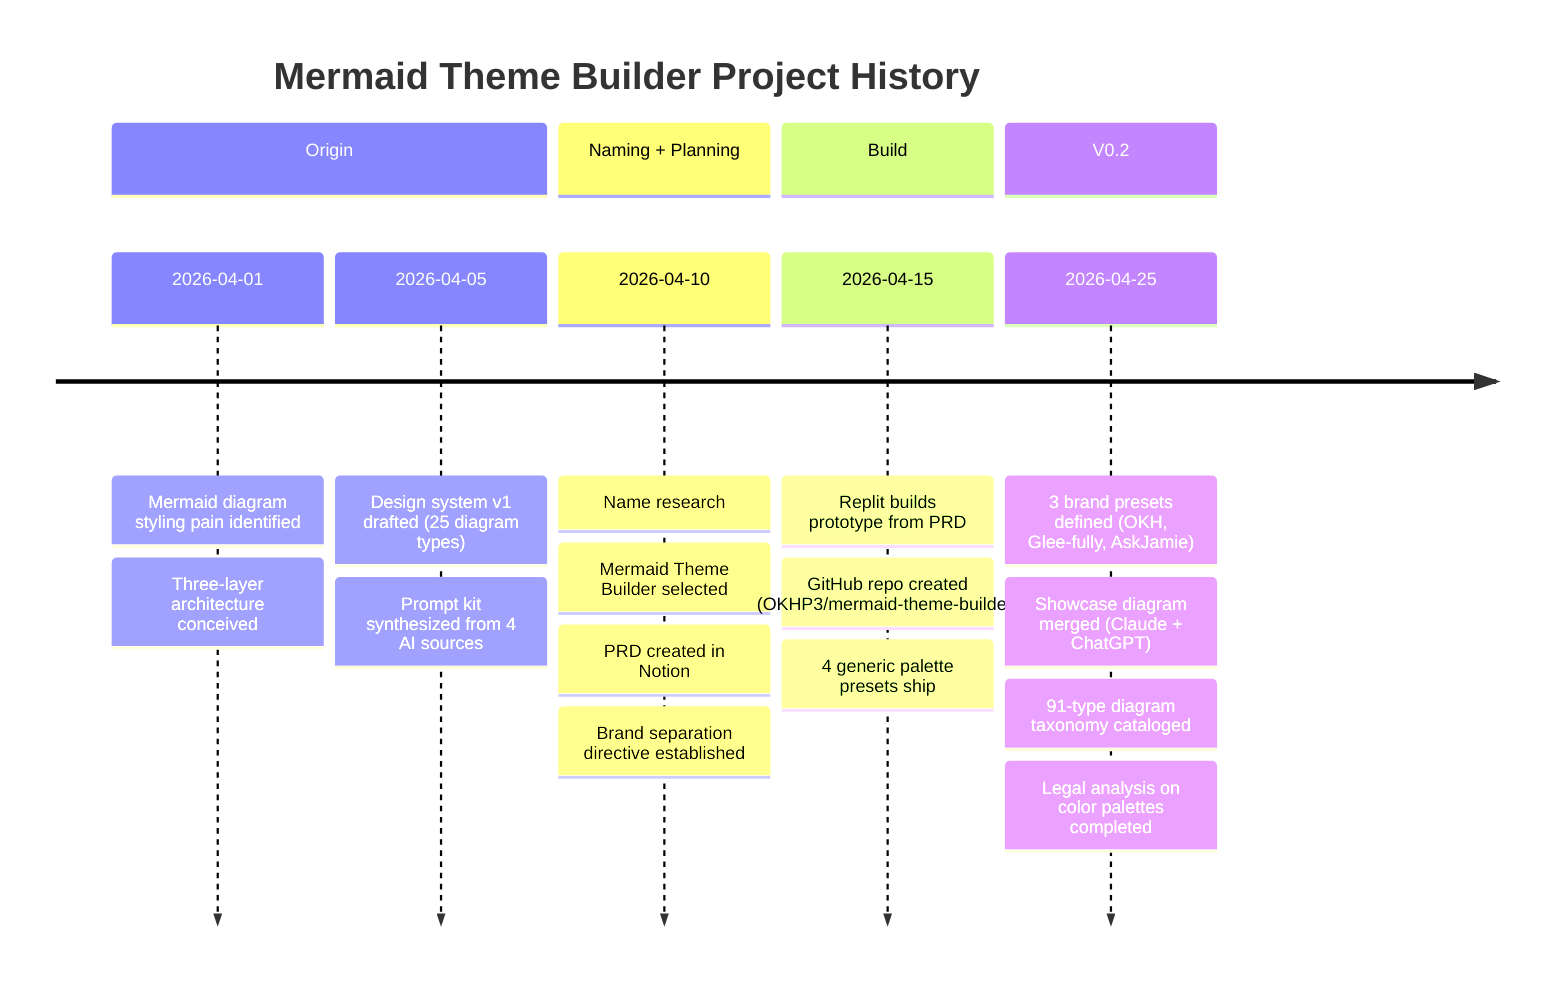
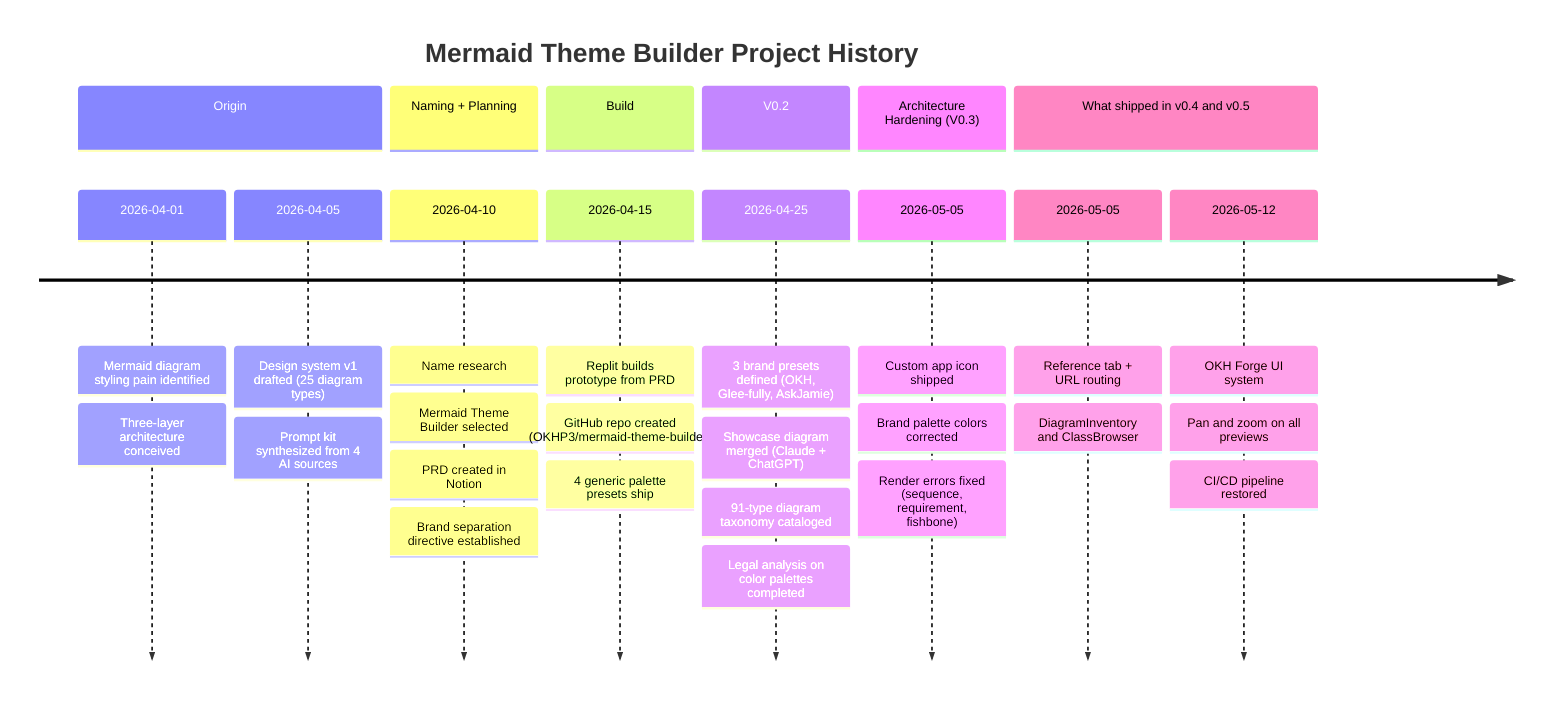
timeline
    title Mermaid Theme Builder Project History
    section Origin
        2026-04-01 : Mermaid diagram styling pain identified
                   : Three-layer architecture conceived
        2026-04-05 : Design system v1 drafted (25 diagram types)
                   : Prompt kit synthesized from 4 AI sources
    section Naming + Planning
        2026-04-10 : Name research: Mermaid Theme Builder selected
                   : PRD created in Notion
                   : Brand separation directive established
    section Build
        2026-04-15 : Replit builds prototype from PRD
                   : GitHub repo created (OKHP3/mermaid-theme-builder)
                   : 4 generic palette presets ship
    section V0.2
        2026-04-25 : 3 brand presets defined (OKH, Glee-fully, AskJamie)
                   : Showcase diagram merged (Claude + ChatGPT)
                   : 91-type diagram taxonomy cataloged
                   : Legal analysis on color palettes completed
+     section Architecture Hardening (V0.3)
+         2026-05-05 : Custom app icon shipped
+                    : Brand palette colors corrected
+                    : Render errors fixed (sequence, requirement, fishbone)
+     section What shipped in v0.4 and v0.5
+         2026-05-05 : Reference tab + URL routing
+                    : DiagramInventory and ClassBrowser
+         2026-05-12 : OKH Forge UI system
+                    : Pan and zoom on all previews
+                    : CI/CD pipeline restored
